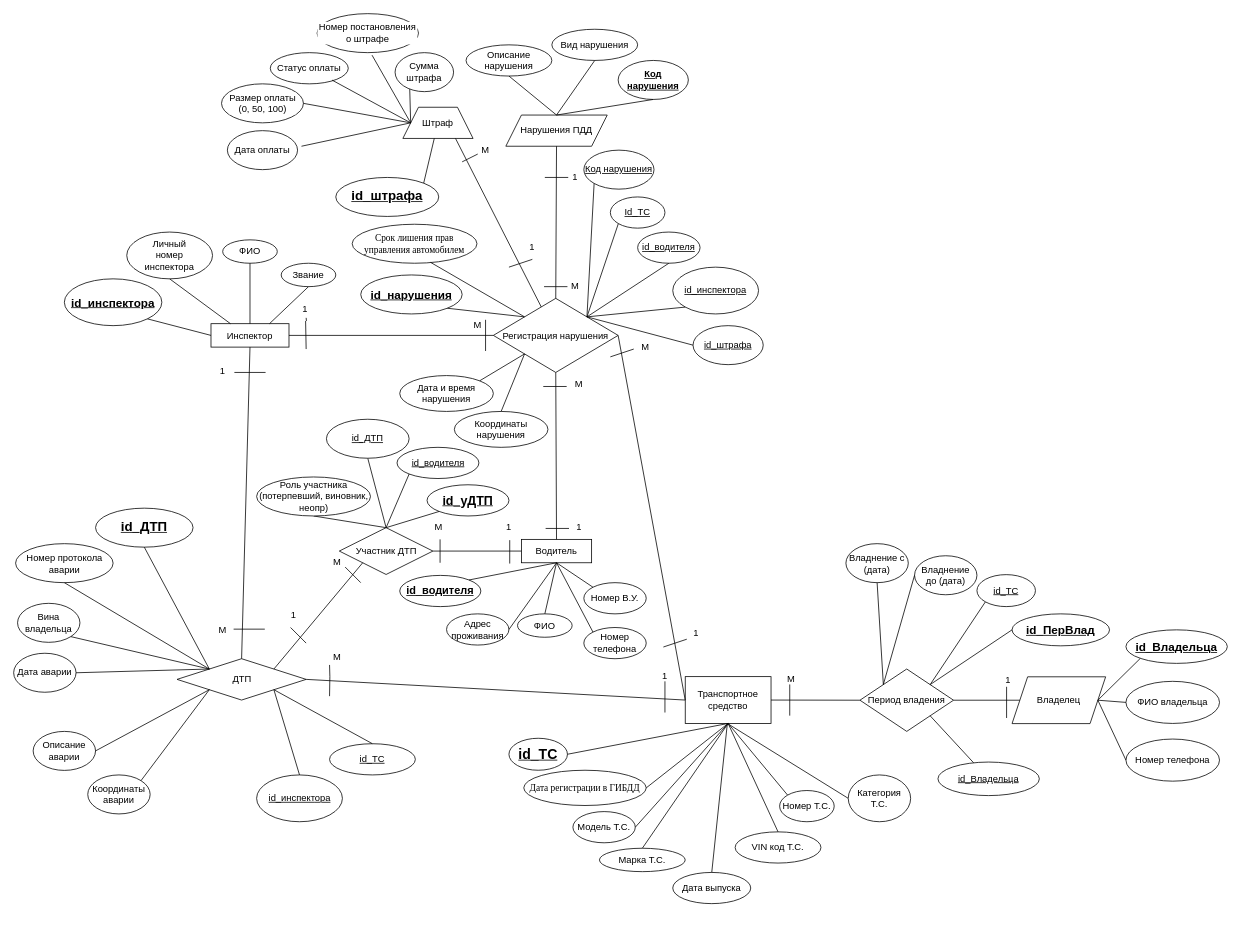
GAIshnik02/dbLab2 keeps this draw.io diagram as Диаграмма без названия.drawio. Above is the earlier version. Source tidied: cells renumbered, new cells numbered last; positions are measured from the earlier drawing's top-left corner, leaving out a move shared by most shapes. Both pictures are drawn from the tidied source at 78%, with x=0, y=0 at pixel (13, 13).
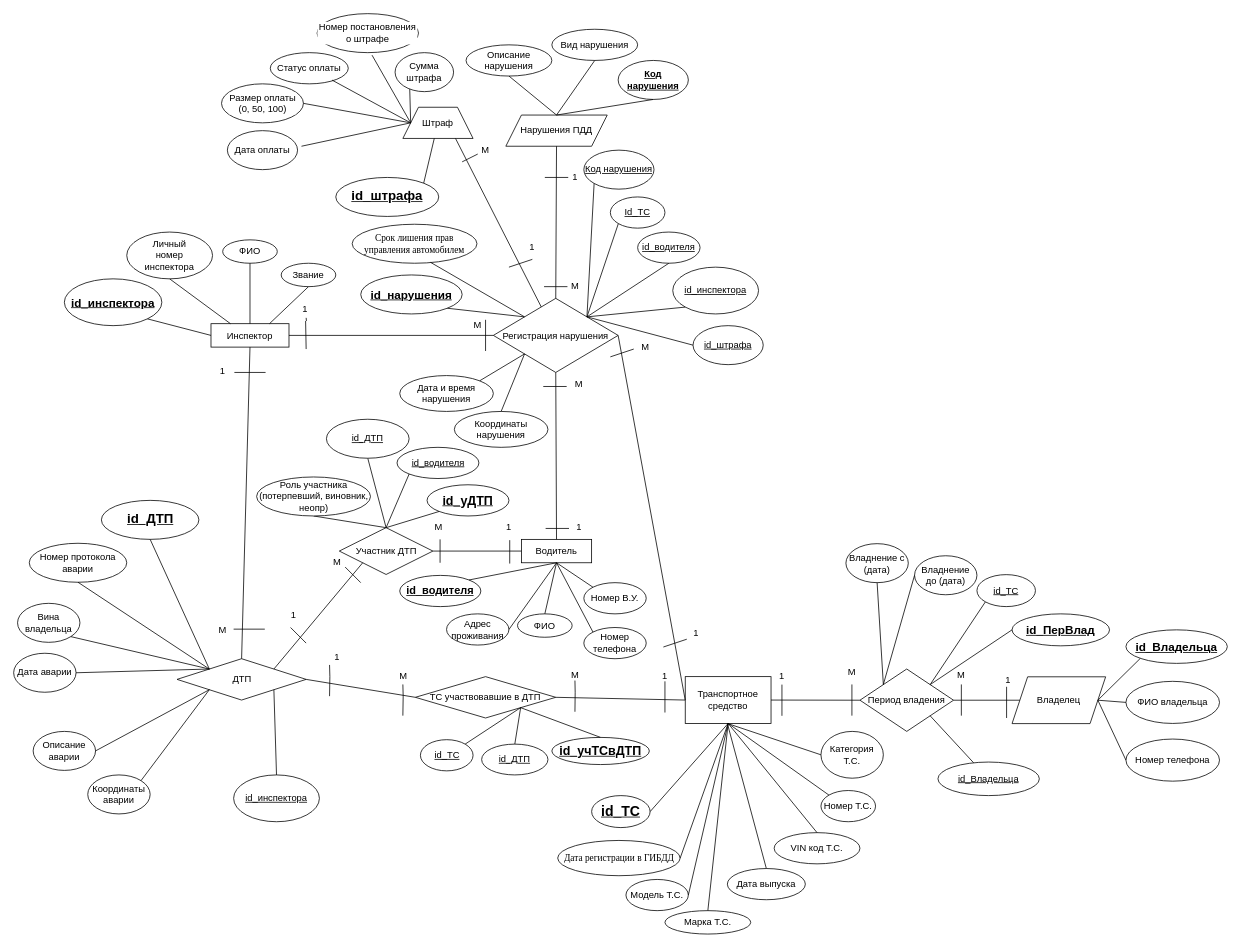
The same page after the edit.

The change refers to these unchanged cells:
```xml
<mxCell id="15" value="Транспортное&lt;div&gt;средство&lt;/div&gt;" style="rounded=0;whiteSpace=wrap;html=1;" parent="1" vertex="1">
  <mxGeometry x="861" y="850" width="110" height="60" as="geometry" />
</mxCell>
<mxCell id="61" value="ДТП" style="rhombus;whiteSpace=wrap;html=1;" parent="1" vertex="1">
  <mxGeometry x="209.5" y="827" width="165.5" height="53" as="geometry" />
</mxCell>
```

The edit, as a diff of the source:
```diff
@@
     <mxCell id="16" value="Номер Т.С." style="ellipse;whiteSpace=wrap;html=1;fontStyle=0;" parent="1" vertex="1">
-      <mxGeometry x="982" y="996" width="70" height="40" as="geometry" />
+      <mxGeometry x="1035" y="996" width="70" height="40" as="geometry" />
     </mxCell>
     <mxCell id="17" value="Модель Т.С." style="ellipse;whiteSpace=wrap;html=1;" parent="1" vertex="1">
-      <mxGeometry x="717" y="1023" width="80" height="40" as="geometry" />
+      <mxGeometry x="785" y="1110" width="80" height="40" as="geometry" />
     </mxCell>
@@
     <mxCell id="19" value="Дата выпуска" style="ellipse;whiteSpace=wrap;html=1;" parent="1" vertex="1">
-      <mxGeometry x="845" y="1101" width="100" height="40" as="geometry" />
+      <mxGeometry x="915" y="1096" width="100" height="40" as="geometry" />
     </mxCell>
     <mxCell id="20" value="&lt;div&gt;&lt;span id=&quot;docs-internal-guid-81faf70e-7fff-be24-3cce-21bf5d25a622&quot; style=&quot;background-color: initial;&quot;&gt;&lt;span style=&quot;font-family: &amp;quot;Times New Roman&amp;quot;, serif; background-color: transparent; font-variant-numeric: normal; font-variant-east-asian: normal; font-variant-alternates: normal; font-variant-position: normal; vertical-align: baseline; white-space-collapse: preserve;&quot;&gt;Дата регистрации в ГИБДД&lt;/span&gt;&lt;/span&gt;&lt;br&gt;&lt;/div&gt;" style="ellipse;whiteSpace=wrap;html=1;fontColor=#000000;fontSize=12;verticalAlign=middle;align=center;" parent="1" vertex="1">
-      <mxGeometry x="654" y="970" width="157" height="45.2" as="geometry" />
+      <mxGeometry x="697.5" y="1060" width="157" height="45.2" as="geometry" />
     </mxCell>
@@
     <mxCell id="26" value="Категория Т.С." style="ellipse;whiteSpace=wrap;html=1;" parent="1" vertex="1">
-      <mxGeometry x="1070" y="976" width="80" height="60" as="geometry" />
+      <mxGeometry x="1035" y="920.2" width="80" height="60" as="geometry" />
     </mxCell>
     <mxCell id="27" value="VIN код Т.С." style="ellipse;whiteSpace=wrap;html=1;fontStyle=0;" parent="1" vertex="1">
-      <mxGeometry x="925" y="1049" width="110" height="40" as="geometry" />
+      <mxGeometry x="975" y="1050" width="110" height="40" as="geometry" />
     </mxCell>
     <mxCell id="28" value="Марка Т.С." style="ellipse;whiteSpace=wrap;html=1;" parent="1" vertex="1">
-      <mxGeometry x="751" y="1070" width="110" height="30" as="geometry" />
+      <mxGeometry x="835" y="1150" width="110" height="30" as="geometry" />
     </mxCell>
@@
-    <mxCell id="74" style="endArrow=none;html=1;rounded=0;entryX=0;entryY=0.5;entryDx=0;entryDy=0;exitX=1;exitY=0.5;exitDx=0;exitDy=0;" parent="1" edge="1" source="61" target="15">
+    <mxCell id="74" style="endArrow=none;html=1;rounded=0;entryX=0;entryY=0.5;entryDx=0;entryDy=0;exitX=1;exitY=0.5;exitDx=0;exitDy=0;" parent="1" edge="1" source="176" target="15">
       <mxGeometry relative="1" as="geometry" />
     </mxCell>
     <mxCell id="75" value="&lt;u&gt;id_инспект&lt;/u&gt;&lt;u style=&quot;background-color: initial;&quot;&gt;ора&lt;/u&gt;" style="ellipse;whiteSpace=wrap;html=1;" parent="1" vertex="1">
-      <mxGeometry x="311.5" y="976" width="110" height="60" as="geometry" />
+      <mxGeometry x="282" y="976" width="110" height="60" as="geometry" />
     </mxCell>
-    <mxCell id="76" value="id_ТС" style="ellipse;whiteSpace=wrap;html=1;fontStyle=4;" parent="1" vertex="1">
-      <mxGeometry x="405" y="936" width="110" height="40" as="geometry" />
-    </mxCell>
@@
-    <mxCell id="78" style="endArrow=none;html=1;rounded=0;exitX=1;exitY=1;exitDx=0;exitDy=0;entryX=0.5;entryY=0;entryDx=0;entryDy=0;" parent="1" edge="1" source="61" target="76">
-      <mxGeometry relative="1" as="geometry" />
-    </mxCell>
@@
     <mxCell id="86" value="Номер протокола аварии" style="ellipse;whiteSpace=wrap;html=1;fontStyle=0;" parent="1" vertex="1">
-      <mxGeometry x="2.5" y="679.5" width="125" height="50" as="geometry" />
+      <mxGeometry x="20" y="679" width="125" height="50" as="geometry" />
     </mxCell>
@@
     <mxCell id="103" style="endArrow=none;html=1;rounded=0;" parent="1" edge="1">
       <mxGeometry relative="1" as="geometry">
-        <mxPoint x="995" y="900" as="sourcePoint" />
-        <mxPoint x="995" y="860" as="targetPoint" />
+        <mxPoint x="1074.7" y="900" as="sourcePoint" />
+        <mxPoint x="1074.7" y="860" as="targetPoint" />
       </mxGeometry>
     </mxCell>
@@
     <mxCell id="120" value="M" style="text;strokeColor=none;align=center;fillColor=none;html=1;verticalAlign=middle;whiteSpace=wrap;rounded=0;" parent="1" vertex="1">
-      <mxGeometry x="967" y="839" width="60" height="30" as="geometry" />
+      <mxGeometry x="1045" y="830" width="60" height="30" as="geometry" />
     </mxCell>
@@
-    <mxCell id="122" value="M" style="text;strokeColor=none;align=center;fillColor=none;html=1;verticalAlign=middle;whiteSpace=wrap;rounded=0;" parent="1" vertex="1">
+    <mxCell id="122" value="1" style="text;strokeColor=none;align=center;fillColor=none;html=1;verticalAlign=middle;whiteSpace=wrap;rounded=0;" parent="1" vertex="1">
       <mxGeometry x="385" y="810.2" width="60" height="30" as="geometry" />
     </mxCell>
@@
     <mxCell id="147" value="id_ТС" style="ellipse;whiteSpace=wrap;html=1;fontStyle=5;fontSize=18;" parent="1" vertex="1">
-      <mxGeometry x="635" y="929" width="75" height="41" as="geometry" />
+      <mxGeometry x="741" y="1002.5" width="75" height="41" as="geometry" />
     </mxCell>
@@
     <mxCell id="161" value="id_ДТП" style="ellipse;whiteSpace=wrap;html=1;fontStyle=5;fontSize=17;" parent="1" vertex="1">
-      <mxGeometry x="105" y="634" width="125" height="50" as="geometry" />
+      <mxGeometry x="112.5" y="624" width="125" height="50" as="geometry" />
     </mxCell>
@@
+    <mxCell id="175" style="endArrow=none;html=1;rounded=0;entryX=0;entryY=0.5;entryDx=0;entryDy=0;exitX=1;exitY=0.5;exitDx=0;exitDy=0;" parent="1" edge="1" source="61" target="176">
+      <mxGeometry relative="1" as="geometry" />
+    </mxCell>
+    <mxCell id="176" value="ТС участвовавшие в ДТП" style="rhombus;whiteSpace=wrap;html=1;" parent="1" vertex="1">
+      <mxGeometry x="515" y="850" width="180" height="53" as="geometry" />
+    </mxCell>
+    <mxCell id="177" value="id_ДТП" style="ellipse;whiteSpace=wrap;html=1;fontStyle=4;fontSize=12;" parent="1" vertex="1">
+      <mxGeometry x="600" y="936.5" width="85" height="39.5" as="geometry" />
+    </mxCell>
+    <mxCell id="76" value="id_ТС" style="ellipse;whiteSpace=wrap;html=1;fontStyle=4;" parent="1" vertex="1">
+      <mxGeometry x="521.5" y="930.8" width="67.5" height="40" as="geometry" />
+    </mxCell>
+    <mxCell id="178" value="id_учТСвДТП" style="ellipse;whiteSpace=wrap;html=1;fontStyle=5;fontSize=16;" parent="1" vertex="1">
+      <mxGeometry x="690" y="927.9" width="125" height="34.8" as="geometry" />
+    </mxCell>
+    <mxCell id="179" style="endArrow=none;html=1;rounded=0;entryX=1;entryY=1;entryDx=0;entryDy=0;exitX=0.5;exitY=0;exitDx=0;exitDy=0;" parent="1" edge="1" source="178" target="176">
+      <mxGeometry relative="1" as="geometry" />
+    </mxCell>
+    <mxCell id="180" style="endArrow=none;html=1;rounded=0;entryX=1;entryY=1;entryDx=0;entryDy=0;exitX=0.5;exitY=0;exitDx=0;exitDy=0;" parent="1" edge="1" source="177" target="176">
+      <mxGeometry relative="1" as="geometry" />
+    </mxCell>
+    <mxCell id="181" style="endArrow=none;html=1;rounded=0;entryX=1;entryY=1;entryDx=0;entryDy=0;exitX=1;exitY=0;exitDx=0;exitDy=0;" parent="1" edge="1" source="76" target="176">
+      <mxGeometry relative="1" as="geometry" />
+    </mxCell>
+    <mxCell id="182" value="M" style="text;strokeColor=none;align=center;fillColor=none;html=1;verticalAlign=middle;whiteSpace=wrap;rounded=0;" parent="1" vertex="1">
+      <mxGeometry x="470" y="834" width="60" height="30" as="geometry" />
+    </mxCell>
+    <mxCell id="183" style="endArrow=none;html=1;rounded=0;" parent="1" edge="1">
+      <mxGeometry relative="1" as="geometry">
+        <mxPoint x="499" y="900" as="sourcePoint" />
+        <mxPoint x="499" y="860" as="targetPoint" />
+        <Array as="points">
+          <mxPoint x="499.4" y="875" />
+        </Array>
+      </mxGeometry>
+    </mxCell>
+    <mxCell id="184" style="endArrow=none;html=1;rounded=0;" parent="1" edge="1">
+      <mxGeometry relative="1" as="geometry">
+        <mxPoint x="719.6" y="895" as="sourcePoint" />
+        <mxPoint x="719.6" y="855" as="targetPoint" />
+        <Array as="points">
+          <mxPoint x="719.9" y="870" />
+        </Array>
+      </mxGeometry>
+    </mxCell>
+    <mxCell id="185" value="M" style="text;strokeColor=none;align=center;fillColor=none;html=1;verticalAlign=middle;whiteSpace=wrap;rounded=0;" parent="1" vertex="1">
+      <mxGeometry x="690" y="833" width="60" height="30" as="geometry" />
+    </mxCell>
+    <mxCell id="186" style="endArrow=none;html=1;rounded=0;" parent="1" edge="1">
+      <mxGeometry relative="1" as="geometry">
+        <mxPoint x="985" y="900.2" as="sourcePoint" />
+        <mxPoint x="985" y="860.2" as="targetPoint" />
+      </mxGeometry>
+    </mxCell>
+    <mxCell id="187" style="endArrow=none;html=1;rounded=0;" parent="1" edge="1">
+      <mxGeometry relative="1" as="geometry">
+        <mxPoint x="1215" y="900" as="sourcePoint" />
+        <mxPoint x="1215" y="860" as="targetPoint" />
+      </mxGeometry>
+    </mxCell>
+    <mxCell id="188" value="1" style="text;strokeColor=none;align=center;fillColor=none;html=1;verticalAlign=middle;whiteSpace=wrap;rounded=0;" parent="1" vertex="1">
+      <mxGeometry x="955" y="834" width="60" height="30" as="geometry" />
+    </mxCell>
+    <mxCell id="189" value="M" style="text;strokeColor=none;align=center;fillColor=none;html=1;verticalAlign=middle;whiteSpace=wrap;rounded=0;" parent="1" vertex="1">
+      <mxGeometry x="1185" y="833" width="60" height="30" as="geometry" />
+    </mxCell>
```
